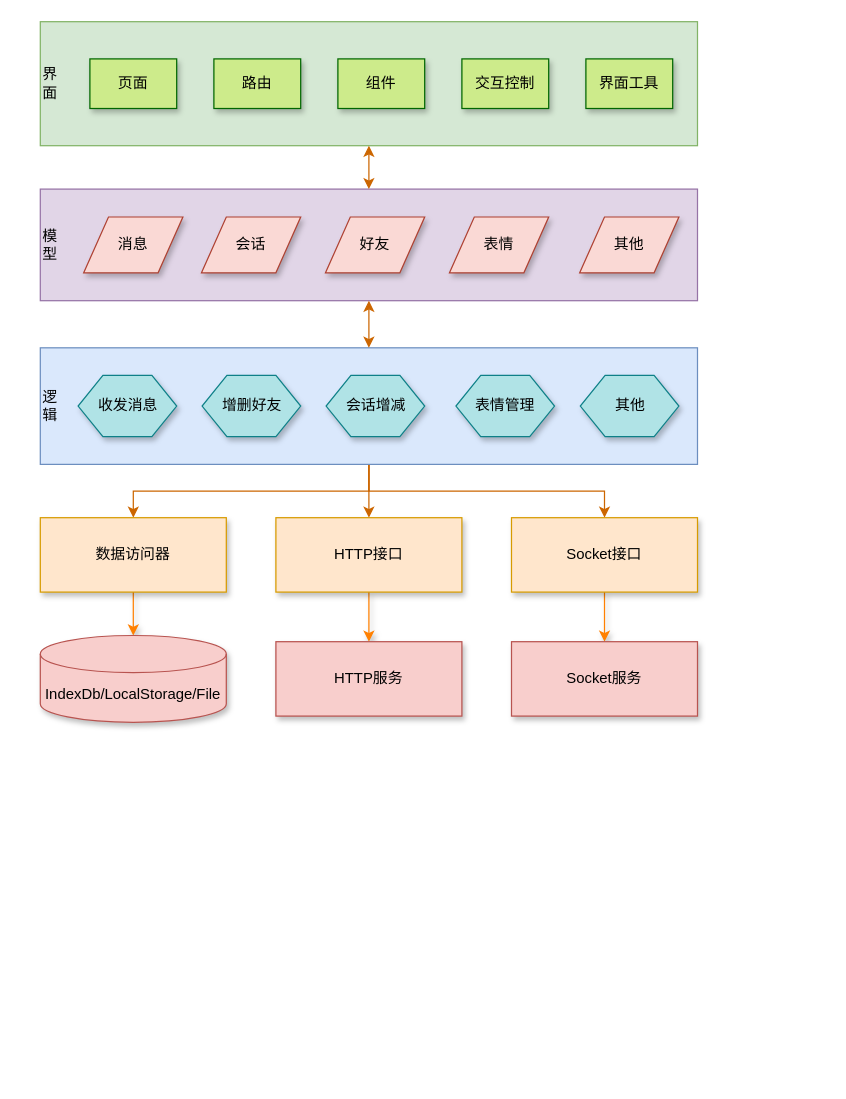
Above: Untitled Diagram.drawio in xland/cnblogs (draw.io), before the change. Source tidied: cells renumbered, new cells numbered last; positions are measured from the earlier drawing's top-left corner, leaving out a move shared by most shapes. Both pictures are drawn from the tidied source at 124%, with x=0, y=0 at pixel (40, 21).
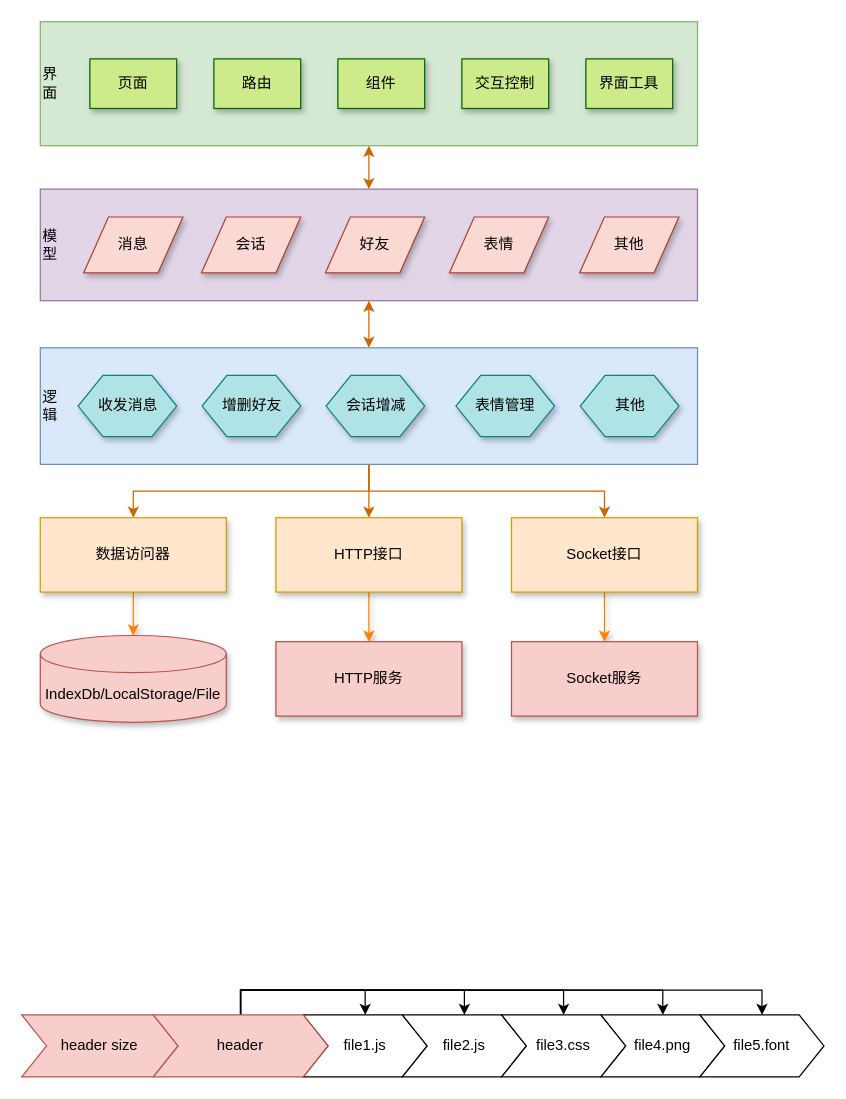
The same page after the edit.

The edit, as a diff of the source:
```diff
@@
+    <mxCell id="34" value="file1.js" style="shape=step;perimeter=stepPerimeter;whiteSpace=wrap;html=1;fixedSize=1;" parent="1" vertex="1">
+      <mxGeometry x="212" y="801" width="100" height="50" as="geometry" />
+    </mxCell>
+    <mxCell id="35" value="file2.js" style="shape=step;perimeter=stepPerimeter;whiteSpace=wrap;html=1;fixedSize=1;" parent="1" vertex="1">
+      <mxGeometry x="292" y="801" width="100" height="50" as="geometry" />
+    </mxCell>
+    <mxCell id="36" value="file4.png" style="shape=step;perimeter=stepPerimeter;whiteSpace=wrap;html=1;fixedSize=1;" parent="1" vertex="1">
+      <mxGeometry x="452" y="801" width="100" height="50" as="geometry" />
+    </mxCell>
+    <mxCell id="37" value="file3.css" style="shape=step;perimeter=stepPerimeter;whiteSpace=wrap;html=1;fixedSize=1;" parent="1" vertex="1">
+      <mxGeometry x="372" y="801" width="100" height="50" as="geometry" />
+    </mxCell>
+    <mxCell id="38" value="file5.font" style="shape=step;perimeter=stepPerimeter;whiteSpace=wrap;html=1;fixedSize=1;" parent="1" vertex="1">
+      <mxGeometry x="532" y="801" width="100" height="50" as="geometry" />
+    </mxCell>
+    <mxCell id="39" style="edgeStyle=orthogonalEdgeStyle;rounded=0;jettySize=auto;html=1;entryX=0.5;entryY=0;entryDx=0;entryDy=0;" parent="1" edge="1" source="44" target="34">
+      <mxGeometry relative="1" as="geometry" />
+    </mxCell>
+    <mxCell id="40" style="edgeStyle=orthogonalEdgeStyle;rounded=0;jettySize=auto;html=1;entryX=0.5;entryY=0;entryDx=0;entryDy=0;" parent="1" edge="1" source="44" target="35">
+      <mxGeometry relative="1" as="geometry">
+        <Array as="points">
+          <mxPoint x="162" y="781" />
+          <mxPoint x="342" y="781" />
+        </Array>
+      </mxGeometry>
+    </mxCell>
+    <mxCell id="41" style="edgeStyle=orthogonalEdgeStyle;rounded=0;jettySize=auto;html=1;entryX=0.5;entryY=0;entryDx=0;entryDy=0;" parent="1" edge="1" source="44" target="37">
+      <mxGeometry relative="1" as="geometry">
+        <Array as="points">
+          <mxPoint x="162" y="781" />
+          <mxPoint x="422" y="781" />
+        </Array>
+      </mxGeometry>
+    </mxCell>
+    <mxCell id="42" style="edgeStyle=orthogonalEdgeStyle;rounded=0;jettySize=auto;html=1;entryX=0.5;entryY=0;entryDx=0;entryDy=0;" parent="1" edge="1" source="44" target="36">
+      <mxGeometry relative="1" as="geometry">
+        <Array as="points">
+          <mxPoint x="162" y="781" />
+          <mxPoint x="502" y="781" />
+        </Array>
+      </mxGeometry>
+    </mxCell>
+    <mxCell id="43" style="edgeStyle=orthogonalEdgeStyle;rounded=0;jettySize=auto;html=1;entryX=0.5;entryY=0;entryDx=0;entryDy=0;" parent="1" edge="1" source="44" target="38">
+      <mxGeometry relative="1" as="geometry">
+        <Array as="points">
+          <mxPoint x="162" y="781" />
+          <mxPoint x="582" y="781" />
+        </Array>
+      </mxGeometry>
+    </mxCell>
+    <mxCell id="44" value="header" style="shape=step;perimeter=stepPerimeter;whiteSpace=wrap;html=1;fixedSize=1;fillColor=#f8cecc;strokeColor=#b85450;" parent="1" vertex="1">
+      <mxGeometry x="91" y="801" width="141" height="50" as="geometry" />
+    </mxCell>
+    <mxCell id="45" value="header size" style="shape=step;perimeter=stepPerimeter;whiteSpace=wrap;html=1;fixedSize=1;fillColor=#f8cecc;strokeColor=#b85450;" parent="1" vertex="1">
+      <mxGeometry x="-15" y="801" width="126" height="50" as="geometry" />
+    </mxCell>
```
